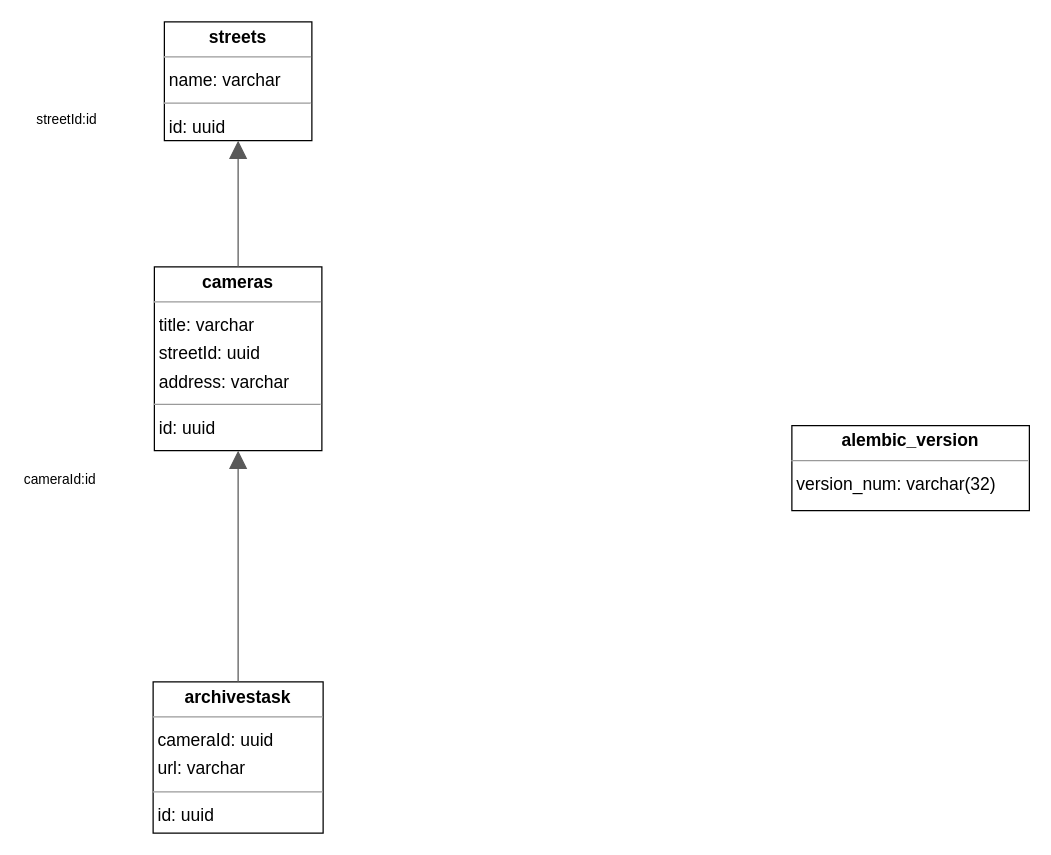
Earlier version of the draw.io diagram docs/database_schemas/moscowcameras.drawio (vladislavean/videoplayer). Source tidied: cells renumbered, new cells numbered last; positions are measured from the earlier drawing's top-left corner, leaving out a move shared by most shapes. Both pictures are drawn from the tidied source at 125%, with x=0, y=0 at pixel (146, 21).
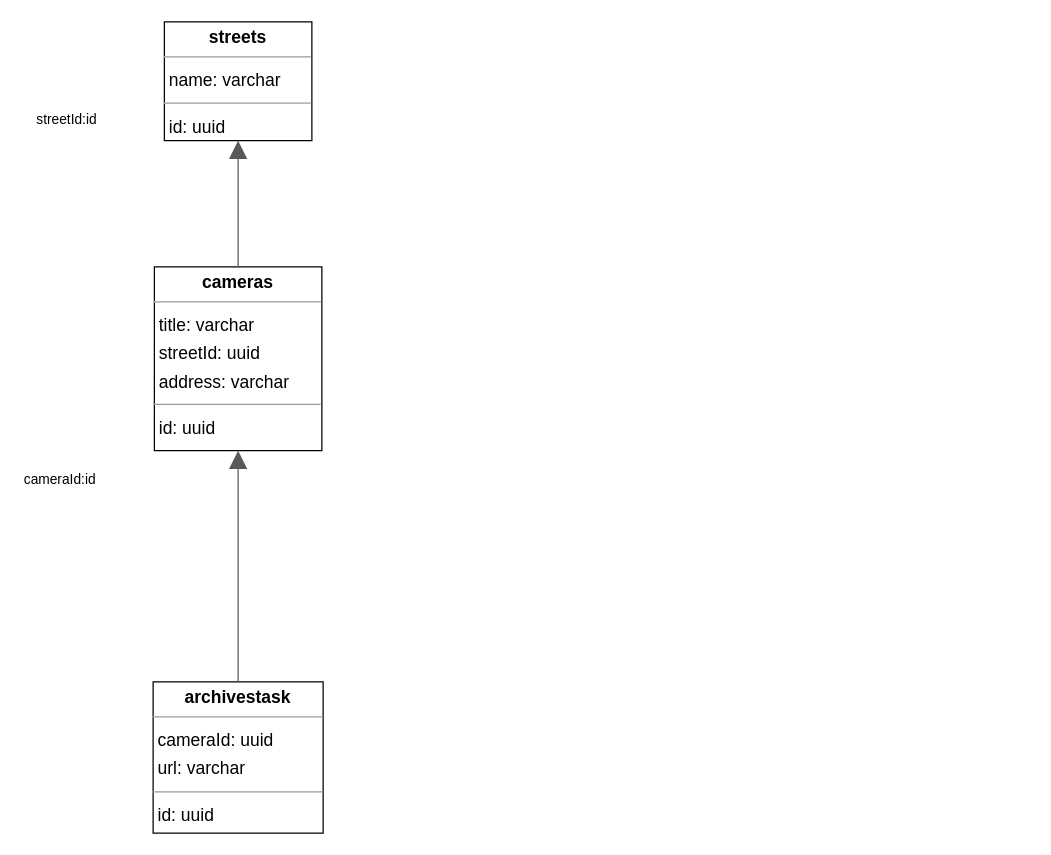
The same page after the edit.

What changed in the source:
```diff
@@
 <mxGraphModel>
   <root>
     <mxCell id="0" />
     <mxCell id="1" parent="0" />
-    <mxCell id="2" value="&lt;p style=&quot;margin:0px;margin-top:4px;text-align:center;&quot;&gt;&lt;b&gt;alembic_version&lt;/b&gt;&lt;/p&gt;&lt;hr size=&quot;1&quot;/&gt;&lt;p style=&quot;margin:0 0 0 4px;line-height:1.6;&quot;&gt; version_num: varchar(32)&lt;/p&gt;" style="verticalAlign=top;align=left;overflow=fill;fontSize=14;fontFamily=Helvetica;html=1;rounded=0;shadow=0;comic=0;labelBackgroundColor=none;strokeWidth=1;" parent="1" vertex="1">
-      <mxGeometry x="516" y="323" width="190" height="68" as="geometry" />
-    </mxCell>
     <mxCell id="3" value="&lt;p style=&quot;margin:0px;margin-top:4px;text-align:center;&quot;&gt;&lt;b&gt;archivestask&lt;/b&gt;&lt;/p&gt;&lt;hr size=&quot;1&quot;/&gt;&lt;p style=&quot;margin:0 0 0 4px;line-height:1.6;&quot;&gt; cameraId: uuid&lt;br/&gt; url: varchar&lt;/p&gt;&lt;hr size=&quot;1&quot;/&gt;&lt;p style=&quot;margin:0 0 0 4px;line-height:1.6;&quot;&gt; id: uuid&lt;/p&gt;" style="verticalAlign=top;align=left;overflow=fill;fontSize=14;fontFamily=Helvetica;html=1;rounded=0;shadow=0;comic=0;labelBackgroundColor=none;strokeWidth=1;" parent="1" vertex="1">
       <mxGeometry x="5" y="528" width="136" height="121" as="geometry" />
     </mxCell>
     <mxCell id="4" value="&lt;p style=&quot;margin:0px;margin-top:4px;text-align:center;&quot;&gt;&lt;b&gt;cameras&lt;/b&gt;&lt;/p&gt;&lt;hr size=&quot;1&quot;/&gt;&lt;p style=&quot;margin:0 0 0 4px;line-height:1.6;&quot;&gt; title: varchar&lt;br/&gt; streetId: uuid&lt;br/&gt; address: varchar&lt;/p&gt;&lt;hr size=&quot;1&quot;/&gt;&lt;p style=&quot;margin:0 0 0 4px;line-height:1.6;&quot;&gt; id: uuid&lt;/p&gt;" style="verticalAlign=top;align=left;overflow=fill;fontSize=14;fontFamily=Helvetica;html=1;rounded=0;shadow=0;comic=0;labelBackgroundColor=none;strokeWidth=1;" parent="1" vertex="1">
       <mxGeometry x="6" y="196" width="134" height="147" as="geometry" />
     </mxCell>
     <mxCell id="5" value="&lt;p style=&quot;margin:0px;margin-top:4px;text-align:center;&quot;&gt;&lt;b&gt;streets&lt;/b&gt;&lt;/p&gt;&lt;hr size=&quot;1&quot;/&gt;&lt;p style=&quot;margin:0 0 0 4px;line-height:1.6;&quot;&gt; name: varchar&lt;/p&gt;&lt;hr size=&quot;1&quot;/&gt;&lt;p style=&quot;margin:0 0 0 4px;line-height:1.6;&quot;&gt; id: uuid&lt;/p&gt;" style="verticalAlign=top;align=left;overflow=fill;fontSize=14;fontFamily=Helvetica;html=1;rounded=0;shadow=0;comic=0;labelBackgroundColor=none;strokeWidth=1;" parent="1" vertex="1">
       <mxGeometry x="14" width="118" height="95" as="geometry" />
     </mxCell>
     <mxCell id="6" style="html=1;rounded=1;edgeStyle=orthogonalEdgeStyle;dashed=0;startArrow=none;endArrow=block;endSize=12;strokeColor=#595959;exitX=0.500;exitY=0.000;exitDx=0;exitDy=0;entryX=0.500;entryY=1.000;entryDx=0;entryDy=0;" parent="1" edge="1" source="3" target="4">
       <mxGeometry relative="1" as="geometry" />
     </mxCell>
     <mxCell id="7" value="cameraId:id" style="edgeLabel;html=1;align=left;verticalAlign=top;strokeColor=default;" parent="6" vertex="1">
       <mxGeometry x="-100" y="353" as="geometry" />
     </mxCell>
     <mxCell id="8" style="html=1;rounded=1;edgeStyle=orthogonalEdgeStyle;dashed=0;startArrow=none;endArrow=block;endSize=12;strokeColor=#595959;exitX=0.500;exitY=0.000;exitDx=0;exitDy=0;entryX=0.500;entryY=1.000;entryDx=0;entryDy=0;" parent="1" edge="1" source="4" target="5">
       <mxGeometry relative="1" as="geometry" />
     </mxCell>
     <mxCell id="9" value="streetId:id" style="edgeLabel;html=1;align=left;verticalAlign=top;strokeColor=default;" parent="8" vertex="1">
       <mxGeometry x="-90" y="65" as="geometry" />
     </mxCell>
   </root>
 </mxGraphModel>
```
